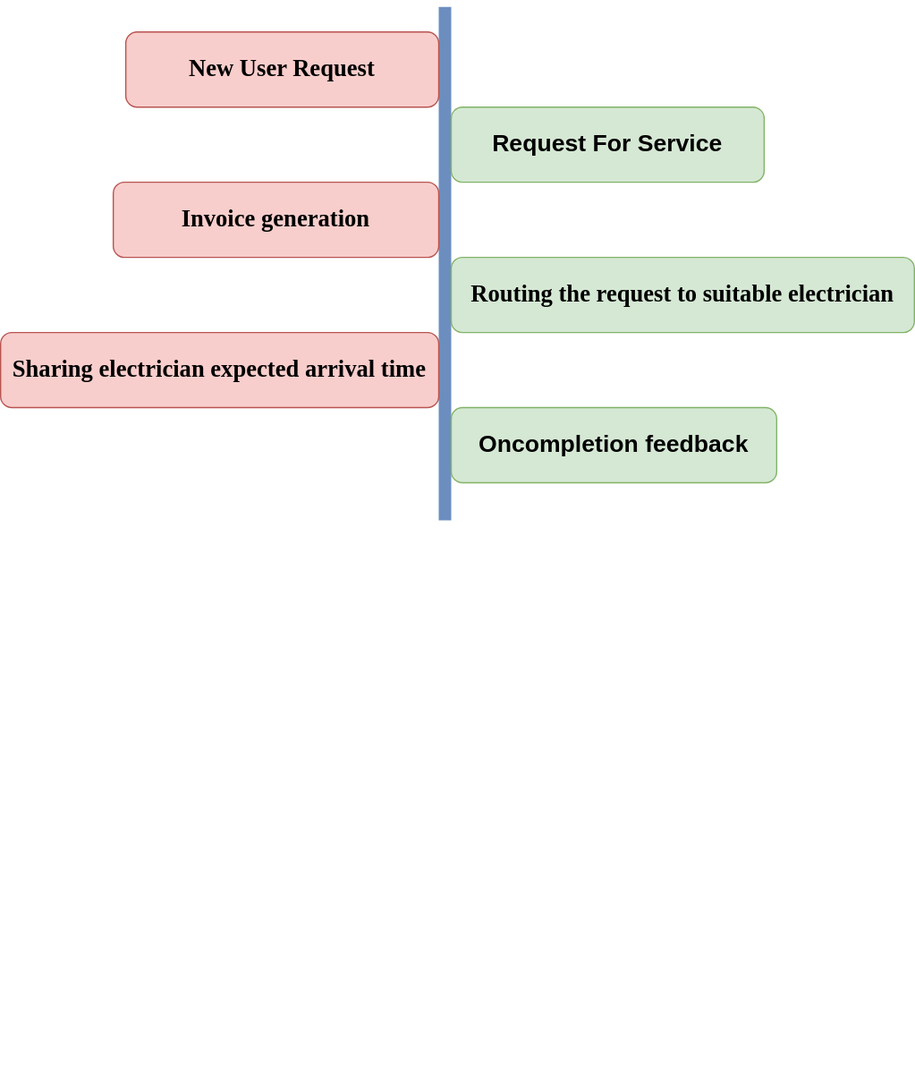
Above: process_flow.svg in RahulDas-dev/Processflow (draw.io), before the change. Source tidied: cells renumbered, new cells last; positions are measured from the earlier drawing's top-left corner, leaving out a move shared by most shapes. Source of this version:
```xml
<mxGraphModel>
  <root>
    <mxCell id="0" />
    <mxCell id="1" parent="0" />
    <mxCell id="2" style="line;strokeWidth=10;direction=south;html=1;fillColor=#dae8fc;fontSize=13;align=center;strokeColor=#6c8ebf;" parent="1" vertex="1">
      <mxGeometry x="350" width="10" height="410" as="geometry" />
    </mxCell>
    <mxCell id="3" value="1" style="text;html=1;strokeColor=none;fillColor=none;align=center;verticalAlign=middle;whiteSpace=wrap;fontSize=30;fontColor=#FFFFFF;" parent="1" vertex="1">
      <mxGeometry x="170" y="128" width="40" height="20" as="geometry" />
    </mxCell>
    <mxCell id="4" value="3" style="text;html=1;strokeColor=none;fillColor=none;align=center;verticalAlign=middle;whiteSpace=wrap;fontSize=30;fontColor=#FFFFFF;" parent="1" vertex="1">
      <mxGeometry x="170" y="353" width="40" height="20" as="geometry" />
    </mxCell>
    <mxCell id="5" value="5" style="text;html=1;strokeColor=none;fillColor=none;align=center;verticalAlign=middle;whiteSpace=wrap;fontSize=30;fontColor=#FFFFFF;" parent="1" vertex="1">
      <mxGeometry x="170" y="583" width="40" height="20" as="geometry" />
    </mxCell>
    <mxCell id="6" value="7" style="text;html=1;strokeColor=none;fillColor=none;align=center;verticalAlign=middle;whiteSpace=wrap;fontSize=30;fontColor=#FFFFFF;" parent="1" vertex="1">
      <mxGeometry x="170" y="823" width="40" height="20" as="geometry" />
    </mxCell>
    <mxCell id="7" value="&lt;h1&gt;&lt;br&gt;&lt;/h1&gt;" style="text;html=1;spacing=5;spacingTop=-20;whiteSpace=wrap;overflow=hidden;strokeColor=none;strokeWidth=4;fillColor=none;gradientColor=#007FFF;fontSize=9;fontColor=#FFFFFF;align=center;" parent="1" vertex="1">
      <mxGeometry x="440" y="222" width="160" height="61" as="geometry" />
    </mxCell>
    <mxCell id="8" value="&lt;h1&gt;Service Request Details&lt;/h1&gt;&lt;div&gt;&lt;br&gt;&lt;/div&gt;" style="text;html=1;spacing=5;spacingTop=-20;whiteSpace=wrap;overflow=hidden;strokeColor=none;strokeWidth=4;fillColor=none;gradientColor=#007FFF;fontSize=9;fontColor=#FFFFFF;align=center;" parent="1" vertex="1">
      <mxGeometry x="190" y="330" width="160" height="77" as="geometry" />
    </mxCell>
    <mxCell id="9" value="&lt;h1 style=&quot;font-family: helvetica; font-size: 19px;&quot;&gt;&lt;font style=&quot;font-size: 19px;&quot;&gt;Request For Service&lt;/font&gt;&lt;/h1&gt;" style="rounded=1;whiteSpace=wrap;html=1;fillColor=#d5e8d4;strokeColor=#82b366;fontFamily=Tahoma;fontSize=19;" parent="1" vertex="1">
      <mxGeometry x="360" y="80" width="250" height="60" as="geometry" />
    </mxCell>
    <mxCell id="10" value="&lt;b&gt;Invoice generation&lt;/b&gt;" style="rounded=1;whiteSpace=wrap;html=1;fillColor=#f8cecc;strokeColor=#b85450;fontFamily=Tahoma;fontSize=19;" parent="1" vertex="1">
      <mxGeometry x="90" y="140" width="260" height="60" as="geometry" />
    </mxCell>
    <mxCell id="11" value="&lt;b&gt;Routing the request to suitable electrician&lt;/b&gt;" style="rounded=1;whiteSpace=wrap;html=1;fillColor=#d5e8d4;strokeColor=#82b366;fontFamily=Tahoma;fontSize=19;" parent="1" vertex="1">
      <mxGeometry x="360" y="200" width="370" height="60" as="geometry" />
    </mxCell>
    <mxCell id="12" value="&lt;b&gt;Sharing electrician expected arrival time&lt;/b&gt;" style="rounded=1;whiteSpace=wrap;html=1;fillColor=#f8cecc;strokeColor=#b85450;fontFamily=Tahoma;fontSize=19;" parent="1" vertex="1">
      <mxGeometry y="260" width="350" height="60" as="geometry" />
    </mxCell>
    <mxCell id="13" value="&lt;h1 style=&quot;font-family: &amp;#34;helvetica&amp;#34; ; font-size: 19px&quot;&gt;Oncompletion feedback&lt;/h1&gt;" style="rounded=1;whiteSpace=wrap;html=1;fillColor=#d5e8d4;strokeColor=#82b366;fontFamily=Tahoma;fontSize=19;" parent="1" vertex="1">
      <mxGeometry x="360" y="320" width="260" height="60" as="geometry" />
    </mxCell>
    <mxCell id="14" value="&lt;b&gt;New User Request&lt;/b&gt;" style="rounded=1;whiteSpace=wrap;html=1;fillColor=#f8cecc;strokeColor=#b85450;fontFamily=Tahoma;fontSize=19;" parent="1" vertex="1">
      <mxGeometry x="100" y="20" width="250" height="60" as="geometry" />
    </mxCell>
  </root>
</mxGraphModel>
```
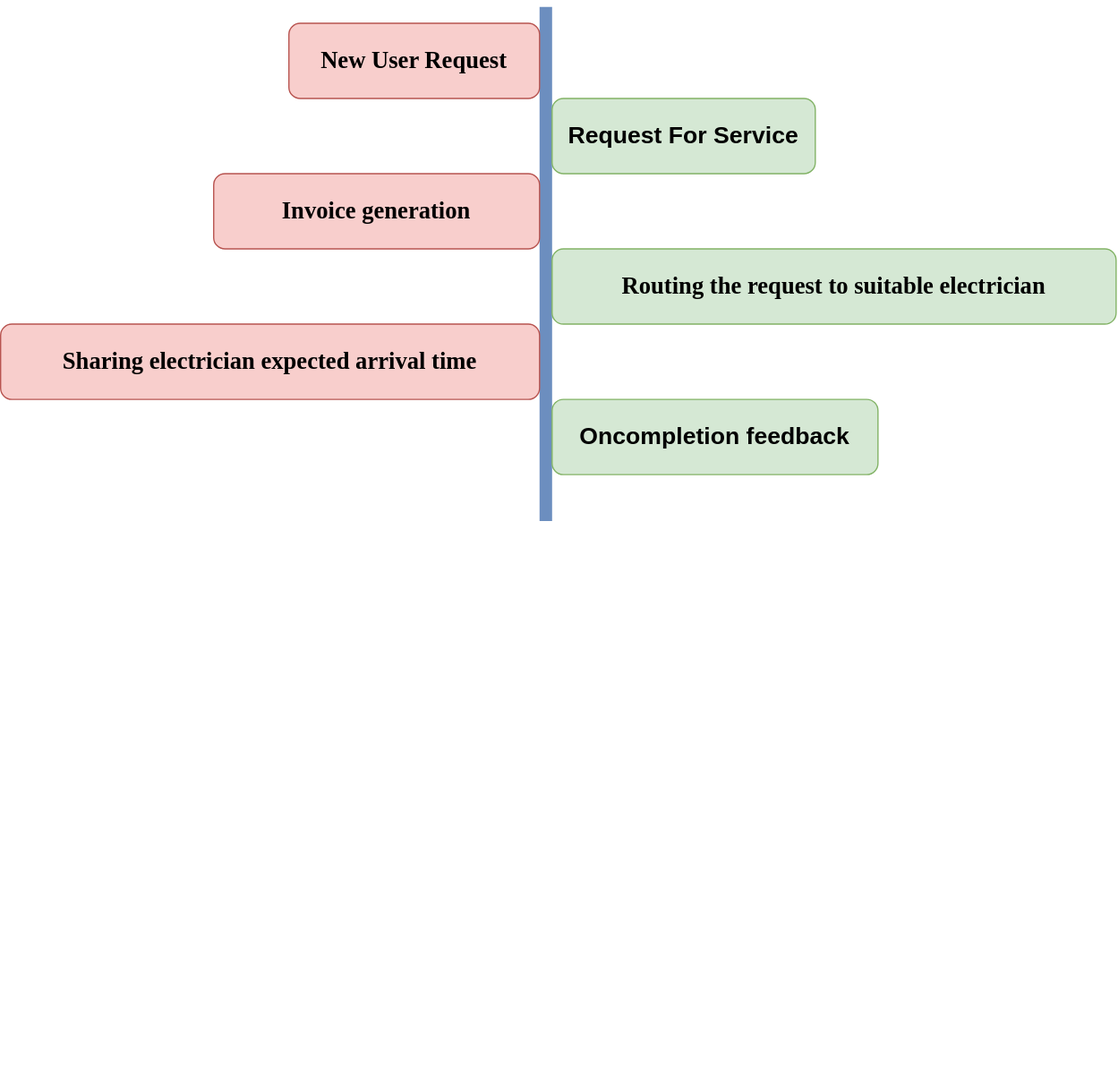
The same diagram one commit later.

What changed in the source:
```diff
@@ -2,9 +2,6 @@
   <root>
     <mxCell id="0" />
     <mxCell id="1" parent="0" />
-    <mxCell id="2" style="line;strokeWidth=10;direction=south;html=1;fillColor=#dae8fc;fontSize=13;align=center;strokeColor=#6c8ebf;" parent="1" vertex="1">
-      <mxGeometry x="350" width="10" height="410" as="geometry" />
-    </mxCell>
     <mxCell id="3" value="1" style="text;html=1;strokeColor=none;fillColor=none;align=center;verticalAlign=middle;whiteSpace=wrap;fontSize=30;fontColor=#FFFFFF;" parent="1" vertex="1">
       <mxGeometry x="170" y="128" width="40" height="20" as="geometry" />
     </mxCell>
@@ -23,23 +20,32 @@
     <mxCell id="8" value="&lt;h1&gt;Service Request Details&lt;/h1&gt;&lt;div&gt;&lt;br&gt;&lt;/div&gt;" style="text;html=1;spacing=5;spacingTop=-20;whiteSpace=wrap;overflow=hidden;strokeColor=none;strokeWidth=4;fillColor=none;gradientColor=#007FFF;fontSize=9;fontColor=#FFFFFF;align=center;" parent="1" vertex="1">
       <mxGeometry x="190" y="330" width="160" height="77" as="geometry" />
     </mxCell>
+    <mxCell id="15" style="group;" parent="1" vertex="1">
+      <mxGeometry y="-3" width="810" height="410" as="geometry" />
+    </mxCell>
+    <mxCell id="2" style="line;strokeWidth=10;direction=south;html=1;fillColor=#dae8fc;fontSize=13;align=center;strokeColor=#6c8ebf;" parent="15" vertex="1">
+      <mxGeometry x="350" width="10" height="410" as="geometry" />
+    </mxCell>
+    <mxCell id="16" style="group;" parent="15" vertex="1">
+      <mxGeometry y="13" width="810" height="360" as="geometry" />
+    </mxCell>
-    <mxCell id="9" value="&lt;h1 style=&quot;font-family: helvetica; font-size: 19px;&quot;&gt;&lt;font style=&quot;font-size: 19px;&quot;&gt;Request For Service&lt;/font&gt;&lt;/h1&gt;" style="rounded=1;whiteSpace=wrap;html=1;fillColor=#d5e8d4;strokeColor=#82b366;fontFamily=Tahoma;fontSize=19;" parent="1" vertex="1">
-      <mxGeometry x="360" y="80" width="250" height="60" as="geometry" />
+    <mxCell id="9" value="&lt;h1 style=&quot;font-family: helvetica; font-size: 19px;&quot;&gt;&lt;font style=&quot;font-size: 19px;&quot;&gt;Request For Service&lt;/font&gt;&lt;/h1&gt;" style="rounded=1;whiteSpace=wrap;html=1;fillColor=#d5e8d4;strokeColor=#82b366;fontFamily=Tahoma;fontSize=19;" parent="16" vertex="1">
+      <mxGeometry x="360" y="60" width="210" height="60" as="geometry" />
     </mxCell>
-    <mxCell id="10" value="&lt;b&gt;Invoice generation&lt;/b&gt;" style="rounded=1;whiteSpace=wrap;html=1;fillColor=#f8cecc;strokeColor=#b85450;fontFamily=Tahoma;fontSize=19;" parent="1" vertex="1">
-      <mxGeometry x="90" y="140" width="260" height="60" as="geometry" />
+    <mxCell id="10" value="&lt;b&gt;Invoice generation&lt;/b&gt;" style="rounded=1;whiteSpace=wrap;html=1;fillColor=#f8cecc;strokeColor=#b85450;fontFamily=Tahoma;fontSize=19;" parent="16" vertex="1">
+      <mxGeometry x="90" y="120" width="260" height="60" as="geometry" />
     </mxCell>
-    <mxCell id="11" value="&lt;b&gt;Routing the request to suitable electrician&lt;/b&gt;" style="rounded=1;whiteSpace=wrap;html=1;fillColor=#d5e8d4;strokeColor=#82b366;fontFamily=Tahoma;fontSize=19;" parent="1" vertex="1">
-      <mxGeometry x="360" y="200" width="370" height="60" as="geometry" />
+    <mxCell id="11" value="&lt;b&gt;Routing the request to suitable electrician&lt;/b&gt;" style="rounded=1;whiteSpace=wrap;html=1;fillColor=#d5e8d4;strokeColor=#82b366;fontFamily=Tahoma;fontSize=19;" parent="16" vertex="1">
+      <mxGeometry x="360" y="180" width="450" height="60" as="geometry" />
     </mxCell>
-    <mxCell id="12" value="&lt;b&gt;Sharing electrician expected arrival time&lt;/b&gt;" style="rounded=1;whiteSpace=wrap;html=1;fillColor=#f8cecc;strokeColor=#b85450;fontFamily=Tahoma;fontSize=19;" parent="1" vertex="1">
-      <mxGeometry y="260" width="350" height="60" as="geometry" />
+    <mxCell id="12" value="&lt;b&gt;Sharing electrician expected arrival time&lt;/b&gt;" style="rounded=1;whiteSpace=wrap;html=1;fillColor=#f8cecc;strokeColor=#b85450;fontFamily=Tahoma;fontSize=19;" parent="16" vertex="1">
+      <mxGeometry x="-80" y="240" width="430" height="60" as="geometry" />
     </mxCell>
-    <mxCell id="13" value="&lt;h1 style=&quot;font-family: &amp;#34;helvetica&amp;#34; ; font-size: 19px&quot;&gt;Oncompletion feedback&lt;/h1&gt;" style="rounded=1;whiteSpace=wrap;html=1;fillColor=#d5e8d4;strokeColor=#82b366;fontFamily=Tahoma;fontSize=19;" parent="1" vertex="1">
-      <mxGeometry x="360" y="320" width="260" height="60" as="geometry" />
+    <mxCell id="13" value="&lt;h1 style=&quot;font-family: &amp;#34;helvetica&amp;#34; ; font-size: 19px&quot;&gt;Oncompletion feedback&lt;/h1&gt;" style="rounded=1;whiteSpace=wrap;html=1;fillColor=#d5e8d4;strokeColor=#82b366;fontFamily=Tahoma;fontSize=19;" parent="16" vertex="1">
+      <mxGeometry x="360" y="300" width="260" height="60" as="geometry" />
     </mxCell>
-    <mxCell id="14" value="&lt;b&gt;New User Request&lt;/b&gt;" style="rounded=1;whiteSpace=wrap;html=1;fillColor=#f8cecc;strokeColor=#b85450;fontFamily=Tahoma;fontSize=19;" parent="1" vertex="1">
-      <mxGeometry x="100" y="20" width="250" height="60" as="geometry" />
+    <mxCell id="14" value="&lt;b&gt;New User Request&lt;/b&gt;" style="rounded=1;whiteSpace=wrap;html=1;fillColor=#f8cecc;strokeColor=#b85450;fontFamily=Tahoma;fontSize=19;" parent="16" vertex="1">
+      <mxGeometry x="150" width="200" height="60" as="geometry" />
     </mxCell>
   </root>
 </mxGraphModel>
```
